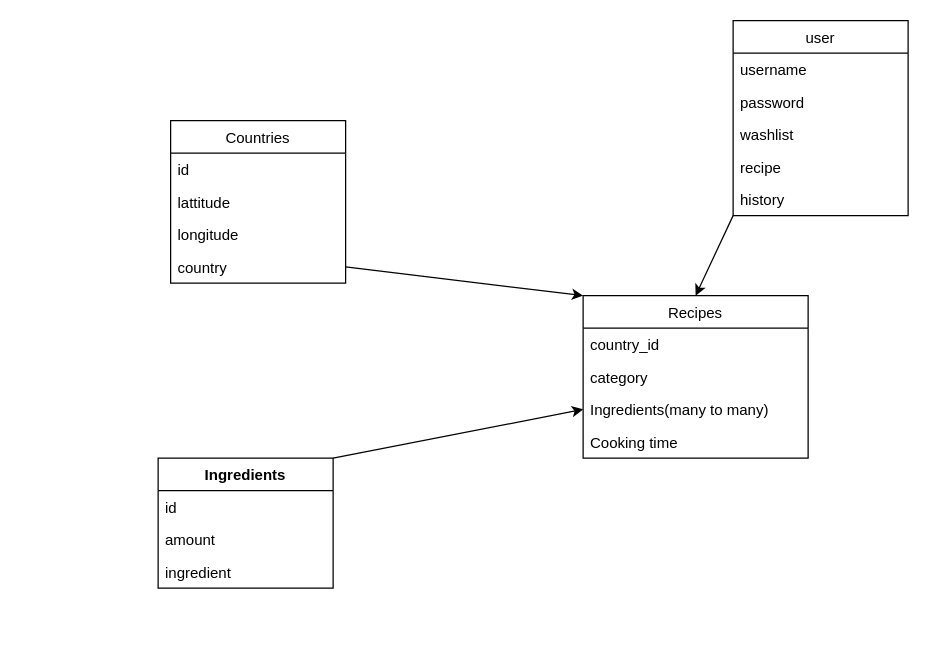
This is Untitled Diagram.drawio from GijsdeJongh/test, a draw.io file, before an edit. Source tidied: cells renumbered, new cells numbered last; positions are measured from the earlier drawing's top-left corner, leaving out a move shared by most shapes. Both pictures are drawn from the tidied source at 125%, with x=0, y=0 at pixel (158, 20).
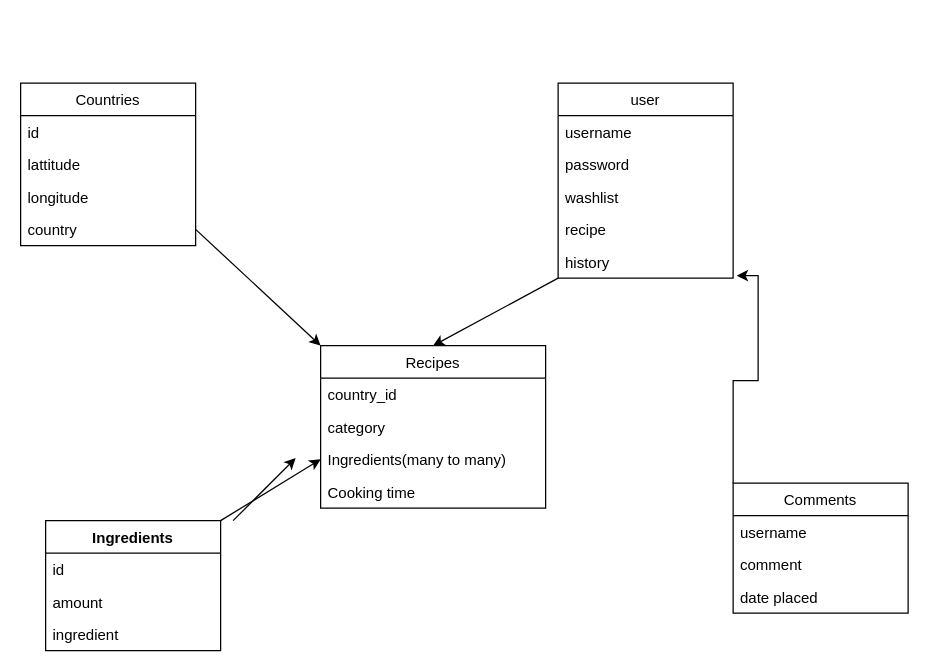
After the change.

The change refers to these unchanged cells:
```xml
<mxCell id="18" value="history" style="text;strokeColor=none;fillColor=none;align=left;verticalAlign=top;spacingLeft=4;spacingRight=4;overflow=hidden;points=[[0,0.5],[1,0.5]];portConstraint=eastwest;" parent="13" vertex="1">
  <mxGeometry y="130" width="140" height="26" as="geometry" />
</mxCell>
```

Diff of the diagram source:
```diff
@@
     <mxCell id="2" value="Countries" style="swimlane;fontStyle=0;horizontal=1;startSize=26;fillColor=none;" parent="1" vertex="1">
-      <mxGeometry x="10" y="80" width="140" height="130" as="geometry" />
+      <mxGeometry x="-110" y="50" width="140" height="130" as="geometry" />
     </mxCell>
@@
     <mxCell id="7" value="Recipes" style="swimlane;fontStyle=0;horizontal=1;startSize=26;fillColor=none;" parent="1" vertex="1">
-      <mxGeometry x="340" y="220" width="180" height="130" as="geometry" />
+      <mxGeometry x="130" y="260" width="180" height="130" as="geometry" />
     </mxCell>
@@
     <mxCell id="13" value="user" style="swimlane;fontStyle=0;horizontal=1;startSize=26;fillColor=none;" parent="1" vertex="1">
-      <mxGeometry x="460" width="140" height="156" as="geometry" />
+      <mxGeometry x="320" y="50" width="140" height="156" as="geometry" />
     </mxCell>
@@
     <mxCell id="20" value="Ingredients" style="swimlane;fontStyle=1;horizontal=1;startSize=26;fillColor=none;" parent="1" vertex="1">
-      <mxGeometry y="350" width="140" height="104" as="geometry" />
+      <mxGeometry x="-90" y="400" width="140" height="104" as="geometry" />
     </mxCell>
@@
+    <mxCell id="25" style="edgeStyle=orthogonalEdgeStyle;rounded=0;jettySize=auto;html=1;exitX=0;exitY=0;exitDx=0;exitDy=0;entryX=1.021;entryY=0.923;entryDx=0;entryDy=0;entryPerimeter=0;" parent="1" edge="1" source="26" target="18">
+      <mxGeometry relative="1" as="geometry" />
+    </mxCell>
+    <mxCell id="26" value="Comments" style="swimlane;fontStyle=0;horizontal=1;startSize=26;fillColor=none;" parent="1" vertex="1">
+      <mxGeometry x="460" y="370" width="140" height="104" as="geometry" />
+    </mxCell>
+    <mxCell id="27" value="username" style="text;strokeColor=none;fillColor=none;align=left;verticalAlign=top;spacingLeft=4;spacingRight=4;overflow=hidden;" parent="26" vertex="1">
+      <mxGeometry y="26" width="140" height="26" as="geometry" />
+    </mxCell>
+    <mxCell id="28" value="comment" style="text;strokeColor=none;fillColor=none;align=left;verticalAlign=top;spacingLeft=4;spacingRight=4;overflow=hidden;" parent="26" vertex="1">
+      <mxGeometry y="52" width="140" height="26" as="geometry" />
+    </mxCell>
+    <mxCell id="29" value="date placed" style="text;strokeColor=none;fillColor=none;align=left;verticalAlign=top;spacingLeft=4;spacingRight=4;overflow=hidden;" parent="26" vertex="1">
+      <mxGeometry y="78" width="140" height="26" as="geometry" />
+    </mxCell>
+    <mxCell id="30" style="endArrow=classic;html=1;" parent="1" edge="1">
+      <mxGeometry relative="1" as="geometry">
+        <mxPoint x="60" y="400" as="sourcePoint" />
+        <mxPoint x="110" y="350" as="targetPoint" />
+      </mxGeometry>
+    </mxCell>
```
